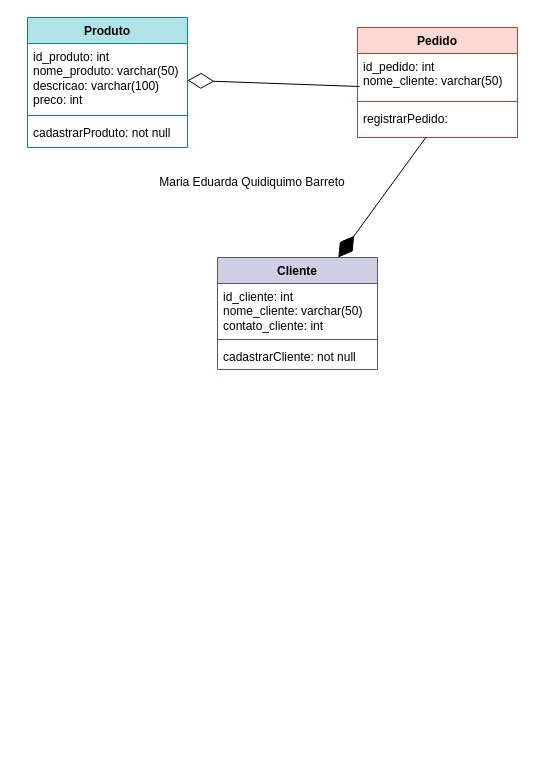
This is Somativa-Maria-Eduarda-Quidiquimo/Somativa-1-Maria-Eduarda-Quidiquimo.drawio from maria-quidiquimo/Back-end-2, a draw.io file, before an edit. Source tidied: cells renumbered, new cells numbered last; positions are measured from the earlier drawing's top-left corner, leaving out a move shared by most shapes. Both pictures are drawn from the tidied source at 100%, with x=0, y=0 at pixel (27, 17).
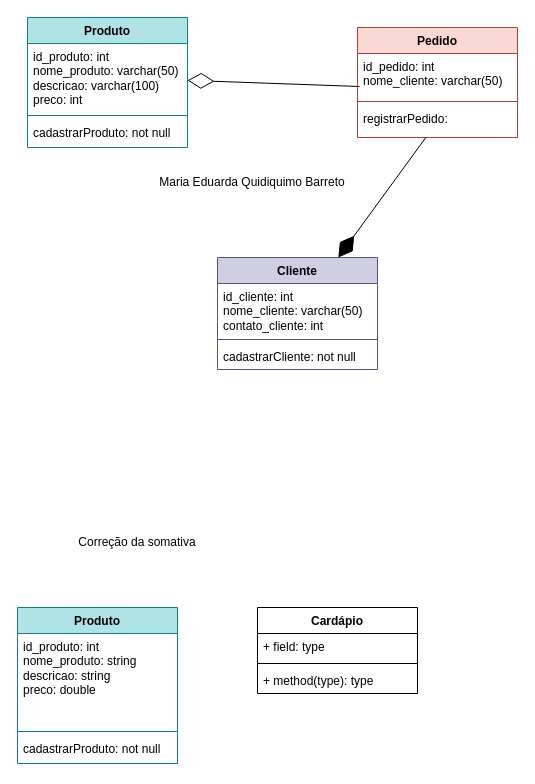
The same page after the edit.

Change to the diagram source:
```diff
@@
+    <mxCell id="17" value="Produto" style="swimlane;fontStyle=1;align=center;verticalAlign=top;horizontal=1;startSize=26;whiteSpace=wrap;html=1;fillColor=#b0e3e6;strokeColor=#0e8088;" parent="1" vertex="1">
+      <mxGeometry x="-10" y="590" width="160" height="156" as="geometry" />
+    </mxCell>
+    <mxCell id="18" value="id_produto: int&lt;div&gt;nome_produto: string&lt;/div&gt;&lt;div&gt;descricao: string&lt;/div&gt;&lt;div&gt;preco: double&lt;/div&gt;&lt;div&gt;&lt;br&gt;&lt;/div&gt;" style="text;strokeColor=none;fillColor=none;align=left;verticalAlign=top;spacingLeft=4;spacingRight=4;overflow=hidden;whiteSpace=wrap;html=1;" parent="17" vertex="1">
+      <mxGeometry y="26" width="160" height="94" as="geometry" />
+    </mxCell>
+    <mxCell id="19" style="line;strokeWidth=1;fillColor=none;align=left;verticalAlign=middle;spacingTop=-1;spacingLeft=3;spacingRight=3;labelPosition=right;strokeColor=inherit;" parent="17" vertex="1">
+      <mxGeometry y="120" width="160" height="8" as="geometry" />
+    </mxCell>
+    <mxCell id="20" value="cadastrarProduto: not null" style="text;strokeColor=none;fillColor=none;align=left;verticalAlign=top;spacingLeft=4;spacingRight=4;overflow=hidden;whiteSpace=wrap;html=1;" parent="17" vertex="1">
+      <mxGeometry y="128" width="160" height="28" as="geometry" />
+    </mxCell>
+    <mxCell id="21" value="Correção da somativa" style="text;html=1;whiteSpace=wrap;strokeColor=none;fillColor=none;align=center;verticalAlign=middle;rounded=0;" parent="1" vertex="1">
+      <mxGeometry x="20" y="510" width="180" height="30" as="geometry" />
+    </mxCell>
+    <mxCell id="22" value="Cardápio" style="swimlane;fontStyle=1;align=center;verticalAlign=top;horizontal=1;startSize=26;whiteSpace=wrap;html=1;" parent="1" vertex="1">
+      <mxGeometry x="230" y="590" width="160" height="86" as="geometry" />
+    </mxCell>
+    <mxCell id="23" value="+ field: type" style="text;strokeColor=none;fillColor=none;align=left;verticalAlign=top;spacingLeft=4;spacingRight=4;overflow=hidden;whiteSpace=wrap;html=1;" parent="22" vertex="1">
+      <mxGeometry y="26" width="160" height="26" as="geometry" />
+    </mxCell>
+    <mxCell id="24" style="line;strokeWidth=1;fillColor=none;align=left;verticalAlign=middle;spacingTop=-1;spacingLeft=3;spacingRight=3;labelPosition=right;strokeColor=inherit;" parent="22" vertex="1">
+      <mxGeometry y="52" width="160" height="8" as="geometry" />
+    </mxCell>
+    <mxCell id="25" value="+ method(type): type" style="text;strokeColor=none;fillColor=none;align=left;verticalAlign=top;spacingLeft=4;spacingRight=4;overflow=hidden;whiteSpace=wrap;html=1;" parent="22" vertex="1">
+      <mxGeometry y="60" width="160" height="26" as="geometry" />
+    </mxCell>
```
